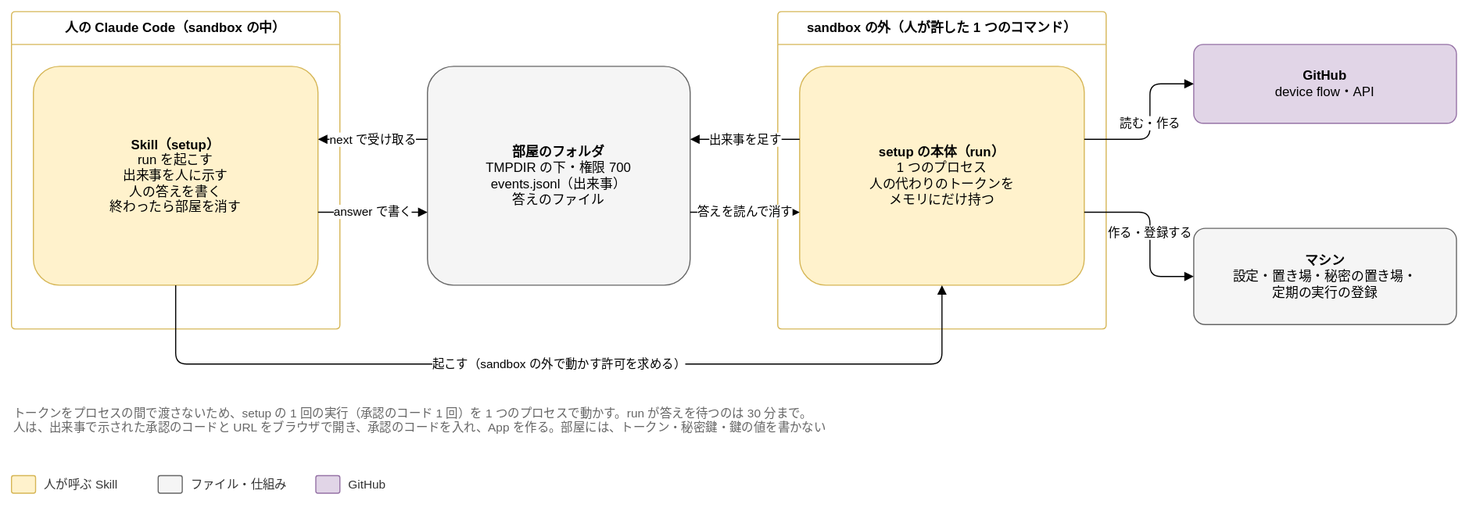
Joymerrevent/dev-autopilot keeps this draw.io diagram as docs/design/detailed/diagrams/05-room.drawio.svg. Above is the earlier version. Source tidied: cells renumbered, new cells last; positions are measured from the earlier drawing's top-left corner, leaving out a move shared by most shapes.
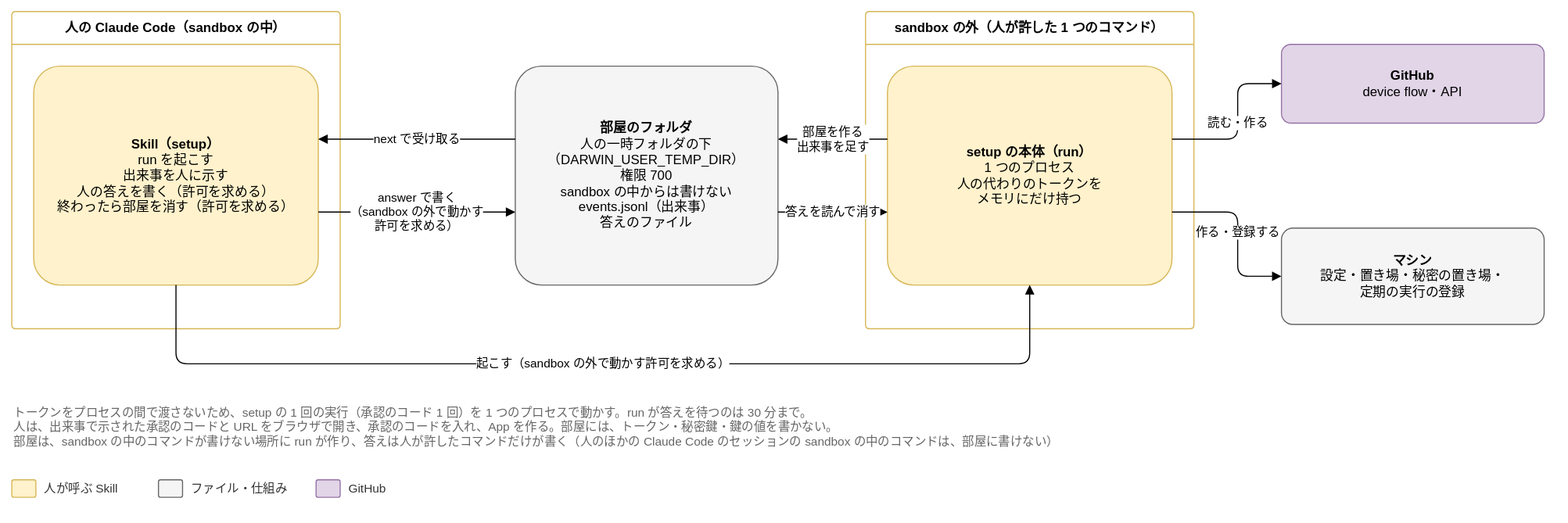
Above is the later version.

Commit message:
docs(design): 点検の組の順と setup の部屋の図を、直した表と本文に合わせる

04-groups：試しのセッションを省く条件を毎回の実行の最初にだけ掛け、前の組が fail の
ときの記号を unchecked に、注を未確認の warn（stop-signal・halt-issue・setup-day）に直す。
05-room：部屋を人の一時フォルダの下に置き、答えと部屋を消すコマンドを人の許可で動かす。

直した指摘：M-34・M-93・H-10（G3）、H-5（G3）、M-2（G1）、H-1（G5）

Claude-Session: https://claude.ai/code/session_01LvmXQN14Y95msvojZ6hWNP

The edit, as a diff of the source:
```diff
@@ -5,39 +5,39 @@
     <mxCell id="2" value="人の Claude Code（sandbox の中）" style="swimlane;startSize=30;html=1;whiteSpace=wrap;rounded=1;arcSize=4;fontStyle=1;fontSize=12;fillColor=none;swimlaneFillColor=none;strokeColor=#d6b656;" parent="1" vertex="1">
       <mxGeometry width="300" height="290" as="geometry" />
     </mxCell>
-    <mxCell id="3" value="&lt;b&gt;Skill（setup）&lt;/b&gt;&lt;br&gt;run を起こす&lt;br&gt;出来事を人に示す&lt;br&gt;人の答えを書く&lt;br&gt;終わったら部屋を消す" style="rounded=1;whiteSpace=wrap;html=1;fontSize=12;arcSize=12;spacing=12;fillColor=#fff2cc;strokeColor=#d6b656;" parent="2" vertex="1">
+    <mxCell id="3" value="&lt;b&gt;Skill（setup）&lt;/b&gt;&lt;br&gt;run を起こす&lt;br&gt;出来事を人に示す&lt;br&gt;人の答えを書く（許可を求める）&lt;br&gt;終わったら部屋を消す（許可を求める）" style="rounded=1;whiteSpace=wrap;html=1;fontSize=12;arcSize=12;spacing=12;fillColor=#fff2cc;strokeColor=#d6b656;" parent="2" vertex="1">
       <mxGeometry x="20" y="50" width="260" height="200" as="geometry" />
     </mxCell>
-    <mxCell id="4" value="&lt;b&gt;部屋のフォルダ&lt;/b&gt;&lt;br&gt;TMPDIR の下・権限 700&lt;br&gt;events.jsonl（出来事）&lt;br&gt;答えのファイル" style="rounded=1;whiteSpace=wrap;html=1;fontSize=12;arcSize=12;spacing=12;fillColor=#f5f5f5;strokeColor=#666666;" parent="1" vertex="1">
-      <mxGeometry x="380" y="50" width="240" height="200" as="geometry" />
+    <mxCell id="4" value="&lt;b&gt;部屋のフォルダ&lt;/b&gt;&lt;br&gt;人の一時フォルダの下&lt;br&gt;（DARWIN_USER_TEMP_DIR）&lt;br&gt;権限 700&lt;br&gt;sandbox の中からは書けない&lt;br&gt;events.jsonl（出来事）&lt;br&gt;答えのファイル" style="rounded=1;whiteSpace=wrap;html=1;fontSize=12;arcSize=12;spacing=12;fillColor=#f5f5f5;strokeColor=#666666;" parent="1" vertex="1">
+      <mxGeometry x="460" y="50" width="240" height="200" as="geometry" />
     </mxCell>
     <mxCell id="5" value="sandbox の外（人が許した 1 つのコマンド）" style="swimlane;startSize=30;html=1;whiteSpace=wrap;rounded=1;arcSize=4;fontStyle=1;fontSize=12;fillColor=none;swimlaneFillColor=none;strokeColor=#d6b656;" parent="1" vertex="1">
-      <mxGeometry x="700" width="300" height="290" as="geometry" />
+      <mxGeometry x="780" width="300" height="290" as="geometry" />
     </mxCell>
     <mxCell id="6" value="&lt;b&gt;setup の本体（run）&lt;/b&gt;&lt;br&gt;1 つのプロセス&lt;br&gt;人の代わりのトークンを&lt;br&gt;メモリにだけ持つ" style="rounded=1;whiteSpace=wrap;html=1;fontSize=12;arcSize=12;spacing=12;fillColor=#fff2cc;strokeColor=#d6b656;" parent="5" vertex="1">
       <mxGeometry x="20" y="50" width="260" height="200" as="geometry" />
     </mxCell>
     <mxCell id="7" value="&lt;b&gt;GitHub&lt;/b&gt;&lt;br&gt;device flow・API" style="rounded=1;whiteSpace=wrap;html=1;fontSize=12;arcSize=12;spacing=12;fillColor=#e1d5e7;strokeColor=#9673a6;" parent="1" vertex="1">
-      <mxGeometry x="1080" y="30" width="240" height="72" as="geometry" />
+      <mxGeometry x="1160" y="30" width="240" height="72" as="geometry" />
     </mxCell>
     <mxCell id="8" value="&lt;b&gt;マシン&lt;/b&gt;&lt;br&gt;設定・置き場・秘密の置き場・&lt;br&gt;定期の実行の登録" style="rounded=1;whiteSpace=wrap;html=1;fontSize=12;arcSize=12;spacing=12;fillColor=#f5f5f5;strokeColor=#666666;" parent="1" vertex="1">
-      <mxGeometry x="1080" y="198" width="240" height="88" as="geometry" />
+      <mxGeometry x="1160" y="198" width="240" height="88" as="geometry" />
     </mxCell>
     <mxCell id="9" value="起こす（sandbox の外で動かす許可を求める）" style="edgeStyle=orthogonalEdgeStyle;rounded=1;html=1;endArrow=block;endFill=1;fontSize=11;labelBackgroundColor=#ffffff;exitX=0.5;exitY=1;exitDx=0;exitDy=0;entryX=0.5;entryY=1;entryDx=0;entryDy=0;" parent="1" edge="1" source="3" target="6">
       <mxGeometry relative="1" as="geometry">
         <Array as="points">
           <mxPoint x="150" y="322" />
-          <mxPoint x="850" y="322" />
+          <mxPoint x="930" y="322" />
         </Array>
       </mxGeometry>
     </mxCell>
     <mxCell id="10" value="next で受け取る" style="edgeStyle=orthogonalEdgeStyle;rounded=1;html=1;endArrow=block;endFill=1;fontSize=11;labelBackgroundColor=#ffffff;exitX=0;exitY=0.3333333333333333;exitDx=0;exitDy=0;entryX=1;entryY=0.3333333333333333;entryDx=0;entryDy=0;" parent="1" edge="1" source="4" target="3">
       <mxGeometry relative="1" as="geometry" />
     </mxCell>
-    <mxCell id="11" value="answer で書く" style="edgeStyle=orthogonalEdgeStyle;rounded=1;html=1;endArrow=block;endFill=1;fontSize=11;labelBackgroundColor=#ffffff;exitX=1;exitY=0.6666666666666666;exitDx=0;exitDy=0;entryX=0;entryY=0.6666666666666666;entryDx=0;entryDy=0;" parent="1" edge="1" source="3" target="4">
+    <mxCell id="11" value="answer で書く&lt;br&gt;（sandbox の外で動かす&lt;br&gt;許可を求める）" style="edgeStyle=orthogonalEdgeStyle;rounded=1;html=1;endArrow=block;endFill=1;fontSize=11;labelBackgroundColor=#ffffff;exitX=1;exitY=0.6666666666666666;exitDx=0;exitDy=0;entryX=0;entryY=0.6666666666666666;entryDx=0;entryDy=0;" parent="1" edge="1" source="3" target="4">
       <mxGeometry relative="1" as="geometry" />
     </mxCell>
-    <mxCell id="12" value="出来事を足す" style="edgeStyle=orthogonalEdgeStyle;rounded=1;html=1;endArrow=block;endFill=1;fontSize=11;labelBackgroundColor=#ffffff;exitX=0;exitY=0.3333333333333333;exitDx=0;exitDy=0;entryX=1;entryY=0.3333333333333333;entryDx=0;entryDy=0;" parent="1" edge="1" source="6" target="4">
+    <mxCell id="12" value="部屋を作る&lt;br&gt;出来事を足す" style="edgeStyle=orthogonalEdgeStyle;rounded=1;html=1;endArrow=block;endFill=1;fontSize=11;labelBackgroundColor=#ffffff;exitX=0;exitY=0.3333333333333333;exitDx=0;exitDy=0;entryX=1;entryY=0.3333333333333333;entryDx=0;entryDy=0;" parent="1" edge="1" source="6" target="4">
       <mxGeometry relative="1" as="geometry" />
     </mxCell>
     <mxCell id="13" value="答えを読んで消す" style="edgeStyle=orthogonalEdgeStyle;rounded=1;html=1;endArrow=block;endFill=1;fontSize=11;labelBackgroundColor=#ffffff;exitX=1;exitY=0.6666666666666666;exitDx=0;exitDy=0;entryX=0;entryY=0.6666666666666666;entryDx=0;entryDy=0;" parent="1" edge="1" source="4" target="6">
@@ -46,39 +46,39 @@
     <mxCell id="14" value="読む・作る" style="edgeStyle=orthogonalEdgeStyle;rounded=1;html=1;endArrow=block;endFill=1;fontSize=11;labelBackgroundColor=#ffffff;exitX=1;exitY=0.3333333333333333;exitDx=0;exitDy=0;entryX=0;entryY=0.5;entryDx=0;entryDy=0;" parent="1" edge="1" source="6" target="7">
       <mxGeometry relative="1" as="geometry">
         <Array as="points">
-          <mxPoint x="1040" y="117" />
-          <mxPoint x="1040" y="66" />
+          <mxPoint x="1120" y="117" />
+          <mxPoint x="1120" y="66" />
         </Array>
       </mxGeometry>
     </mxCell>
     <mxCell id="15" value="作る・登録する" style="edgeStyle=orthogonalEdgeStyle;rounded=1;html=1;endArrow=block;endFill=1;fontSize=11;labelBackgroundColor=#ffffff;exitX=1;exitY=0.6666666666666666;exitDx=0;exitDy=0;entryX=0;entryY=0.5;entryDx=0;entryDy=0;" parent="1" edge="1" source="6" target="8">
       <mxGeometry relative="1" as="geometry">
         <Array as="points">
-          <mxPoint x="1040" y="183" />
-          <mxPoint x="1040" y="242" />
+          <mxPoint x="1120" y="183" />
+          <mxPoint x="1120" y="242" />
         </Array>
       </mxGeometry>
     </mxCell>
-    <mxCell id="16" value="トークンをプロセスの間で渡さないため、setup の 1 回の実行（承認のコード 1 回）を 1 つのプロセスで動かす。run が答えを待つのは 30 分まで。&lt;br&gt;人は、出来事で示された承認のコードと URL をブラウザで開き、承認のコードを入れ、App を作る。部屋には、トークン・秘密鍵・鍵の値を書かない" style="text;html=1;whiteSpace=wrap;align=left;verticalAlign=top;fontSize=11;fontColor=#666666;" parent="1" vertex="1">
-      <mxGeometry y="354" width="1320" height="52" as="geometry" />
+    <mxCell id="16" value="トークンをプロセスの間で渡さないため、setup の 1 回の実行（承認のコード 1 回）を 1 つのプロセスで動かす。run が答えを待つのは 30 分まで。&lt;br&gt;人は、出来事で示された承認のコードと URL をブラウザで開き、承認のコードを入れ、App を作る。部屋には、トークン・秘密鍵・鍵の値を書かない。&lt;br&gt;部屋は、sandbox の中のコマンドが書けない場所に run が作り、答えは人が許したコマンドだけが書く（人のほかの Claude Code のセッションの sandbox の中のコマンドは、部屋に書けない）" style="text;html=1;whiteSpace=wrap;align=left;verticalAlign=top;fontSize=11;fontColor=#666666;" parent="1" vertex="1">
+      <mxGeometry y="354" width="1400" height="56" as="geometry" />
     </mxCell>
     <mxCell id="17" style="rounded=1;whiteSpace=wrap;html=1;fontSize=12;arcSize=12;spacing=12;fillColor=#fff2cc;strokeColor=#d6b656;" parent="1" vertex="1">
-      <mxGeometry y="424" width="22" height="16" as="geometry" />
+      <mxGeometry y="428" width="22" height="16" as="geometry" />
     </mxCell>
     <mxCell id="18" value="人が呼ぶ Skill" style="text;html=1;align=left;verticalAlign=middle;fontSize=11;fontColor=#333333;" parent="1" vertex="1">
-      <mxGeometry x="28" y="422" width="90" height="20" as="geometry" />
+      <mxGeometry x="28" y="426" width="90" height="20" as="geometry" />
     </mxCell>
     <mxCell id="19" style="rounded=1;whiteSpace=wrap;html=1;fontSize=12;arcSize=12;spacing=12;fillColor=#f5f5f5;strokeColor=#666666;" parent="1" vertex="1">
-      <mxGeometry x="134" y="424" width="22" height="16" as="geometry" />
+      <mxGeometry x="134" y="428" width="22" height="16" as="geometry" />
     </mxCell>
     <mxCell id="20" value="ファイル・仕組み" style="text;html=1;align=left;verticalAlign=middle;fontSize=11;fontColor=#333333;" parent="1" vertex="1">
-      <mxGeometry x="162" y="422" width="100" height="20" as="geometry" />
+      <mxGeometry x="162" y="426" width="100" height="20" as="geometry" />
     </mxCell>
     <mxCell id="21" style="rounded=1;whiteSpace=wrap;html=1;fontSize=12;arcSize=12;spacing=12;fillColor=#e1d5e7;strokeColor=#9673a6;" parent="1" vertex="1">
-      <mxGeometry x="278" y="424" width="22" height="16" as="geometry" />
+      <mxGeometry x="278" y="428" width="22" height="16" as="geometry" />
     </mxCell>
     <mxCell id="22" value="GitHub" style="text;html=1;align=left;verticalAlign=middle;fontSize=11;fontColor=#333333;" parent="1" vertex="1">
-      <mxGeometry x="306" y="422" width="50" height="20" as="geometry" />
+      <mxGeometry x="306" y="426" width="50" height="20" as="geometry" />
     </mxCell>
   </root>
 </mxGraphModel>
```
